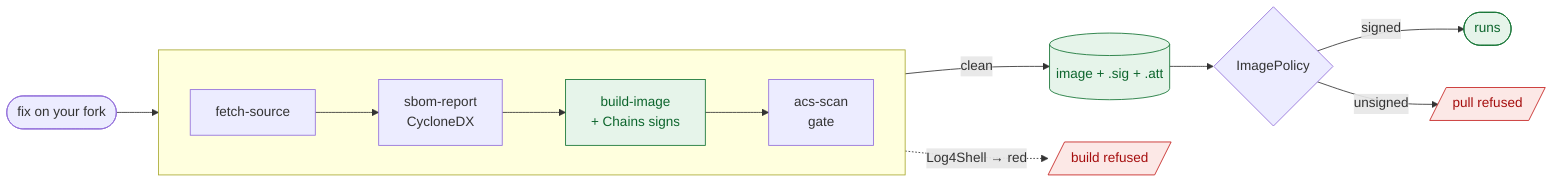
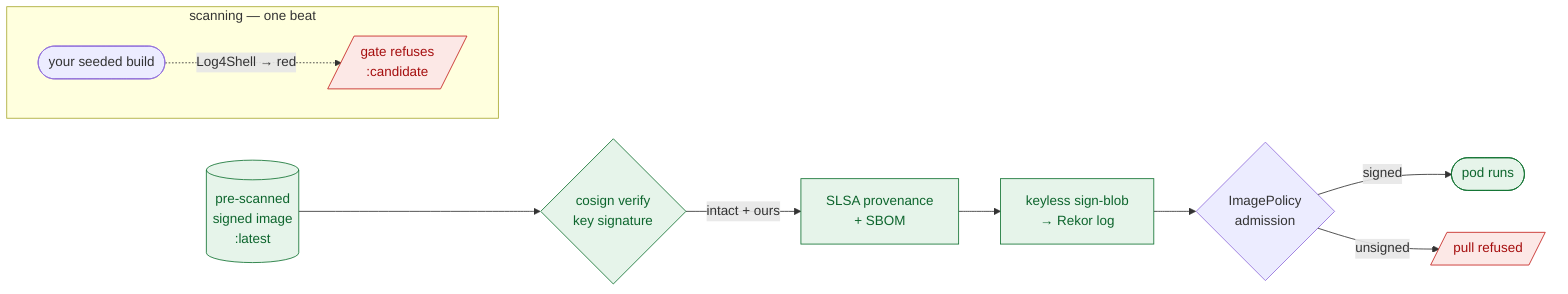
flowchart LR
-   PUSH([fix on your fork]) --> RUN[supply-chain PipelineRun]
-   subgraph RUN[" "]
+   subgraph SCAN["scanning — one beat"]
    direction LR
-     A[fetch-source] --> B[sbom-report<br/>CycloneDX] --> C[build-image<br/>+ Chains signs] --> D[acs-scan<br/>gate]
+     SEED([your seeded build]) -. "Log4Shell → red" .-> STOP[/gate refuses<br/>:candidate/]
  end
-   D -->|clean| REG[(image + .sig + .att)]
-   D -. "Log4Shell → red" .-> STOP[/build refused/]
-   REG --> ADM{ImagePolicy}
-   ADM -->|signed| OK([runs])
-   ADM -->|unsigned| NO[/pull refused/]
+   WARM[(pre-scanned<br/>signed image<br/>:latest)] --> VER{cosign verify<br/>key signature}
+   VER -->|intact + ours| PROV[SLSA provenance<br/>+ SBOM]
+   PROV --> KEY[keyless sign-blob<br/>→ Rekor log]
+   KEY --> ADM{ImagePolicy<br/>admission}
+   ADM -->|signed| RUN([pod runs])
+   ADM -->|unsigned| DENY[/pull refused/]
  classDef g fill:#e6f4ea,stroke:#137333,color:#0d652d;
  classDef r fill:#fce8e6,stroke:#c5221f,color:#a50e0e;
-   class REG,OK,C g;
-   class STOP,NO r;
+   class WARM,RUN,PROV,KEY,VER g;
+   class STOP,DENY r;
